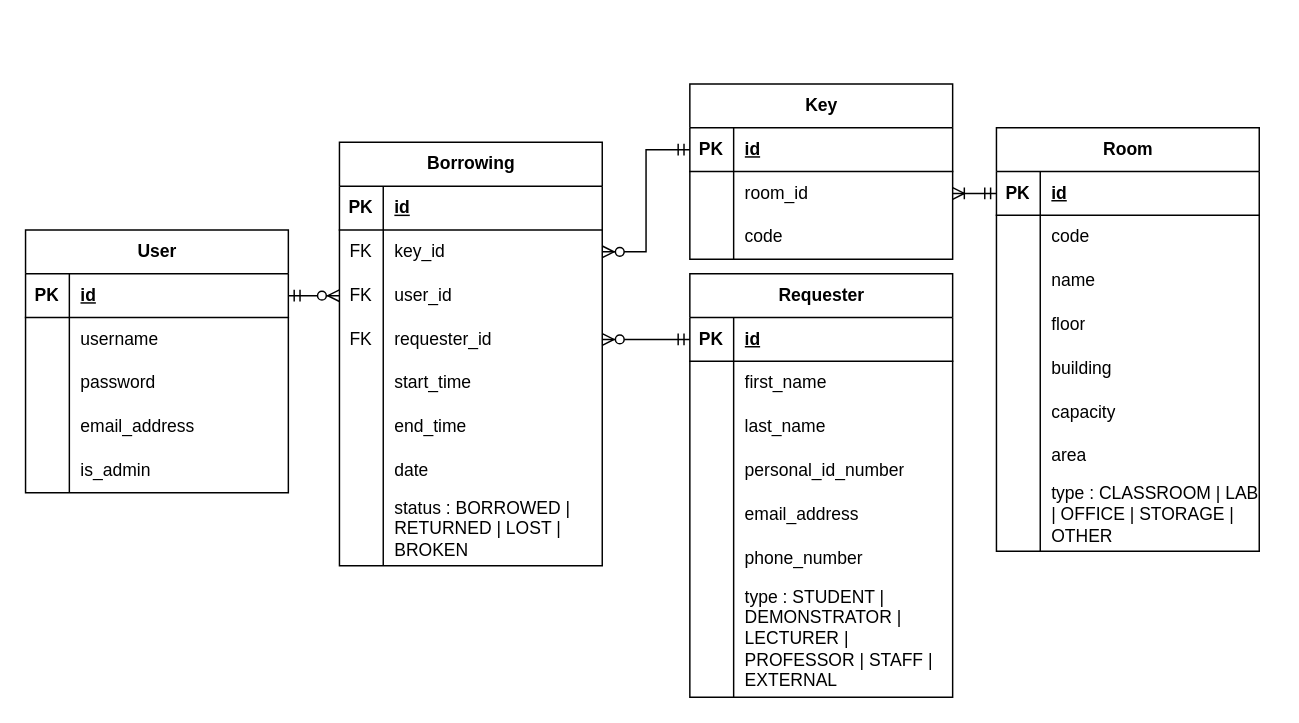
Earlier version of the draw.io diagram docs/ER.drawio (hb3nce04/key-keeper-app). Source tidied: cells renumbered, new cells numbered last; positions are measured from the earlier drawing's top-left corner, leaving out a move shared by most shapes. Both pictures are drawn from the tidied source at 146%, with x=0, y=0 at pixel (25, 83).
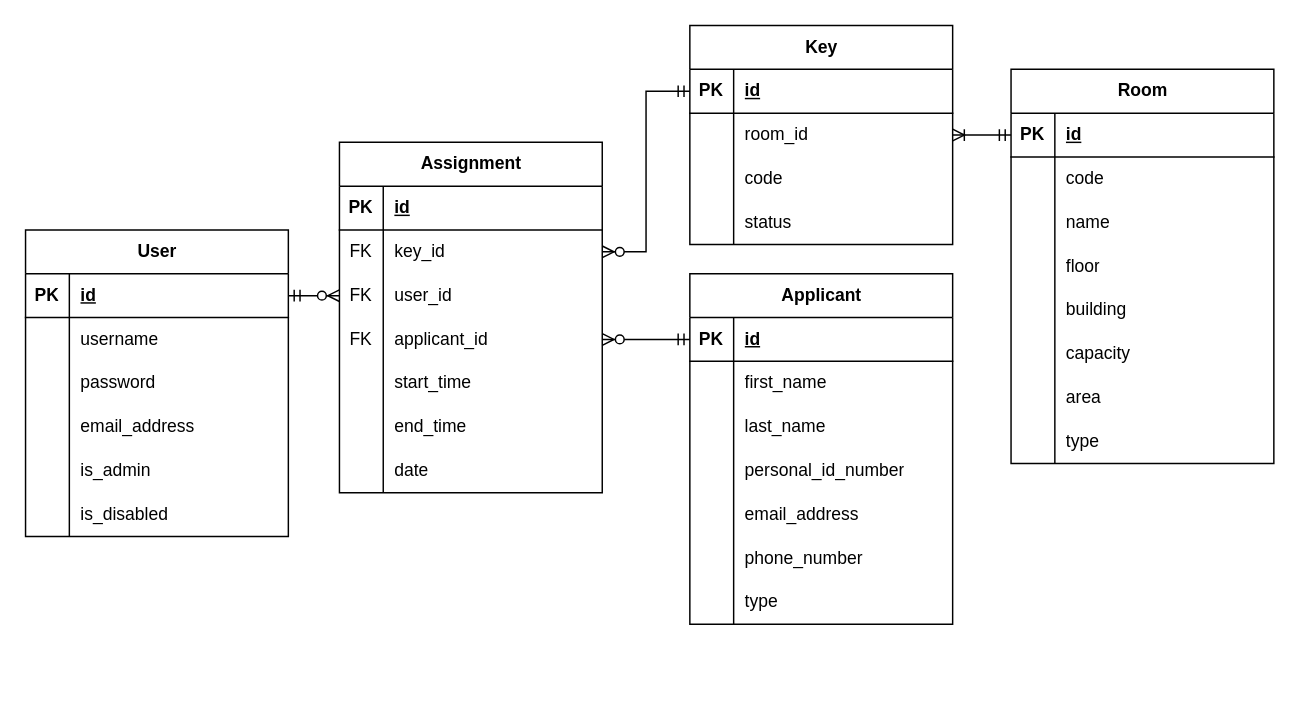
Above is the later version.

The change refers to these unchanged cells:
```xml
<mxCell id="63" style="shape=tableRow;horizontal=0;startSize=0;swimlaneHead=0;swimlaneBody=0;fillColor=none;points=[[0,0.5],[1,0.5]];portConstraint=eastwest;top=0;left=0;right=0;bottom=0;" parent="53" vertex="1">
  <mxGeometry y="120" width="180" height="30" as="geometry" />
</mxCell>
```

Diff of the diagram source:
```diff
@@
     <mxCell id="2" value="User" style="shape=table;startSize=30;childLayout=tableLayout;rowLines=0;fontStyle=1;align=center;html=1;" parent="1" vertex="1">
-      <mxGeometry y="100" width="180" height="180" as="geometry" />
+      <mxGeometry y="100" width="180" height="210" as="geometry" />
     </mxCell>
@@
+    <mxCell id="104" style="shape=tableRow;horizontal=0;startSize=0;swimlaneHead=0;swimlaneBody=0;fillColor=none;top=0;left=0;right=0;bottom=0;" parent="2" vertex="1">
+      <mxGeometry y="180" width="180" height="30" as="geometry" />
+    </mxCell>
+    <mxCell id="105" style="shape=partialRectangle;fillColor=none;top=0;left=0;bottom=0;right=0;overflow=hidden;whiteSpace=wrap;html=1;" parent="104" vertex="1">
+      <mxGeometry width="30" height="30" as="geometry" />
+    </mxCell>
+    <mxCell id="106" value="is_disabled" style="shape=partialRectangle;fillColor=none;top=0;left=0;bottom=0;right=0;align=left;spacingLeft=6;overflow=hidden;whiteSpace=wrap;html=1;" parent="104" vertex="1">
+      <mxGeometry x="30" width="150" height="30" as="geometry" />
+    </mxCell>
     <mxCell id="18" value="Room" style="shape=table;startSize=30;childLayout=tableLayout;rowLines=0;fontStyle=1;align=center;html=1;" parent="1" vertex="1">
-      <mxGeometry x="665" y="30" width="180" height="290" as="geometry" />
+      <mxGeometry x="675" y="-10" width="180" height="270" as="geometry" />
     </mxCell>
@@
     <mxCell id="40" style="shape=tableRow;horizontal=0;startSize=0;swimlaneHead=0;swimlaneBody=0;fillColor=none;top=0;left=0;right=0;bottom=0;" parent="18" vertex="1">
-      <mxGeometry y="240" width="180" height="50" as="geometry" />
+      <mxGeometry y="240" width="180" height="30" as="geometry" />
     </mxCell>
     <mxCell id="41" style="shape=partialRectangle;fillColor=none;top=0;left=0;bottom=0;right=0;overflow=hidden;whiteSpace=wrap;html=1;" parent="40" vertex="1">
-      <mxGeometry width="30" height="50" as="geometry" />
+      <mxGeometry width="30" height="30" as="geometry" />
     </mxCell>
-    <mxCell id="42" value="type : CLASSROOM | LAB | OFFICE | STORAGE | OTHER" style="shape=partialRectangle;fillColor=none;top=0;left=0;bottom=0;right=0;align=left;spacingLeft=6;overflow=hidden;whiteSpace=wrap;html=1;" parent="40" vertex="1">
-      <mxGeometry x="30" width="150" height="50" as="geometry" />
+    <mxCell id="42" value="type" style="shape=partialRectangle;fillColor=none;top=0;left=0;bottom=0;right=0;align=left;spacingLeft=6;overflow=hidden;whiteSpace=wrap;html=1;" parent="40" vertex="1">
+      <mxGeometry x="30" width="150" height="30" as="geometry" />
     </mxCell>
     <mxCell id="43" value="Key" style="shape=table;startSize=30;childLayout=tableLayout;rowLines=0;fontStyle=1;align=center;html=1;" parent="1" vertex="1">
-      <mxGeometry x="455" width="180" height="120" as="geometry" />
+      <mxGeometry x="455" y="-40" width="180" height="150" as="geometry" />
     </mxCell>
@@
+    <mxCell id="107" style="shape=tableRow;horizontal=0;startSize=0;swimlaneHead=0;swimlaneBody=0;fillColor=none;top=0;left=0;right=0;bottom=0;" parent="43" vertex="1">
+      <mxGeometry y="90" width="180" height="30" as="geometry" />
+    </mxCell>
+    <mxCell id="108" style="shape=partialRectangle;fillColor=none;top=0;left=0;bottom=0;right=0;overflow=hidden;whiteSpace=wrap;html=1;" parent="107" vertex="1">
+      <mxGeometry width="30" height="30" as="geometry" />
+    </mxCell>
+    <mxCell id="109" value="code" style="shape=partialRectangle;fillColor=none;top=0;left=0;bottom=0;right=0;align=left;spacingLeft=6;overflow=hidden;whiteSpace=wrap;html=1;" parent="107" vertex="1">
+      <mxGeometry x="30" width="150" height="30" as="geometry" />
+    </mxCell>
     <mxCell id="50" style="shape=tableRow;horizontal=0;startSize=0;swimlaneHead=0;swimlaneBody=0;fillColor=none;top=0;left=0;right=0;bottom=0;" parent="43" vertex="1">
-      <mxGeometry y="90" width="180" height="30" as="geometry" />
+      <mxGeometry y="120" width="180" height="30" as="geometry" />
     </mxCell>
@@
-    <mxCell id="52" value="code" style="shape=partialRectangle;fillColor=none;top=0;left=0;bottom=0;right=0;align=left;spacingLeft=6;overflow=hidden;whiteSpace=wrap;html=1;" parent="50" vertex="1">
+    <mxCell id="52" value="status" style="shape=partialRectangle;fillColor=none;top=0;left=0;bottom=0;right=0;align=left;spacingLeft=6;overflow=hidden;whiteSpace=wrap;html=1;" parent="50" vertex="1">
       <mxGeometry x="30" width="150" height="30" as="geometry" />
     </mxCell>
-    <mxCell id="53" value="Borrowing" style="shape=table;startSize=30;childLayout=tableLayout;rowLines=0;fontStyle=1;align=center;html=1;" parent="1" vertex="1">
-      <mxGeometry x="215" y="40" width="180" height="290" as="geometry" />
+    <mxCell id="53" value="Assignment" style="shape=table;startSize=30;childLayout=tableLayout;rowLines=0;fontStyle=1;align=center;html=1;" parent="1" vertex="1">
+      <mxGeometry x="215" y="40" width="180" height="240" as="geometry" />
     </mxCell>
@@
-    <mxCell id="65" value="requester_id" style="shape=partialRectangle;fillColor=none;top=0;left=0;bottom=0;right=0;align=left;spacingLeft=6;overflow=hidden;whiteSpace=wrap;html=1;" parent="63" vertex="1">
+    <mxCell id="65" value="applicant_id" style="shape=partialRectangle;fillColor=none;top=0;left=0;bottom=0;right=0;align=left;spacingLeft=6;overflow=hidden;whiteSpace=wrap;html=1;" parent="63" vertex="1">
       <mxGeometry x="30" width="150" height="30" as="geometry" />
     </mxCell>
@@
-    <mxCell id="75" style="shape=tableRow;horizontal=0;startSize=0;swimlaneHead=0;swimlaneBody=0;fillColor=none;top=0;left=0;right=0;bottom=0;" parent="53" vertex="1">
-      <mxGeometry y="240" width="180" height="50" as="geometry" />
-    </mxCell>
-    <mxCell id="76" style="shape=partialRectangle;fillColor=none;top=0;left=0;bottom=0;right=0;overflow=hidden;whiteSpace=wrap;html=1;" parent="75" vertex="1">
-      <mxGeometry width="30" height="50" as="geometry" />
-    </mxCell>
-    <mxCell id="77" value="status : BORROWED | RETURNED | LOST | BROKEN" style="shape=partialRectangle;fillColor=none;top=0;left=0;bottom=0;right=0;align=left;spacingLeft=6;overflow=hidden;whiteSpace=wrap;html=1;" parent="75" vertex="1">
-      <mxGeometry x="30" width="150" height="50" as="geometry" />
-    </mxCell>
-    <mxCell id="78" value="Requester" style="shape=table;startSize=30;childLayout=tableLayout;rowLines=0;fontStyle=1;align=center;html=1;" parent="1" vertex="1">
-      <mxGeometry x="455" y="130" width="180" height="290" as="geometry" />
+    <mxCell id="78" value="Applicant" style="shape=table;startSize=30;childLayout=tableLayout;rowLines=0;fontStyle=1;align=center;html=1;" parent="1" vertex="1">
+      <mxGeometry x="455" y="130" width="180" height="240" as="geometry" />
     </mxCell>
@@
     <mxCell id="97" style="shape=tableRow;horizontal=0;startSize=0;swimlaneHead=0;swimlaneBody=0;fillColor=none;top=0;left=0;right=0;bottom=0;" parent="78" vertex="1">
-      <mxGeometry y="210" width="180" height="80" as="geometry" />
+      <mxGeometry y="210" width="180" height="30" as="geometry" />
     </mxCell>
     <mxCell id="98" style="shape=partialRectangle;fillColor=none;top=0;left=0;bottom=0;right=0;overflow=hidden;whiteSpace=wrap;html=1;" parent="97" vertex="1">
-      <mxGeometry width="30" height="80" as="geometry" />
+      <mxGeometry width="30" height="30" as="geometry" />
     </mxCell>
-    <mxCell id="99" value="type : STUDENT | DEMONSTRATOR | LECTURER | PROFESSOR | STAFF | EXTERNAL" style="shape=partialRectangle;fillColor=none;top=0;left=0;bottom=0;right=0;align=left;spacingLeft=6;overflow=hidden;whiteSpace=wrap;html=1;" parent="97" vertex="1">
-      <mxGeometry x="30" width="150" height="80" as="geometry" />
+    <mxCell id="99" value="type" style="shape=partialRectangle;fillColor=none;top=0;left=0;bottom=0;right=0;align=left;spacingLeft=6;overflow=hidden;whiteSpace=wrap;html=1;" parent="97" vertex="1">
+      <mxGeometry x="30" width="150" height="30" as="geometry" />
     </mxCell>
```
